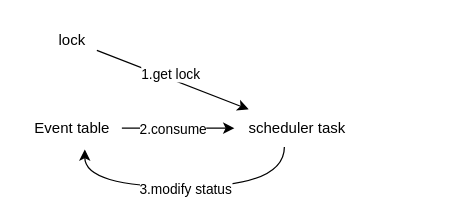
Above: page "第 1 页" (1 of 2) of static/images-src/分布式任务调度.drawio in qiref/qiref.github.io (draw.io), before the change. Source tidied: cells renumbered, new cells numbered last; positions are measured from the earlier drawing's top-left corner, leaving out a move shared by most shapes. Both pictures are drawn from the tidied source at 125%, with x=0, y=0 at pixel (21, 21).
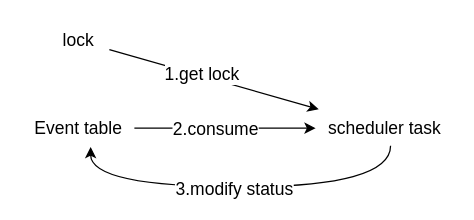
After the change.

Diff of the diagram source:
```diff
@@
 <mxGraphModel>
   <root>
     <mxCell id="0" />
     <mxCell id="1" parent="0" />
-    <mxCell id="2" style="edgeStyle=orthogonalEdgeStyle;rounded=0;jettySize=auto;html=1;" parent="1" edge="1" source="4" target="5">
+    <mxCell id="2" style="edgeStyle=orthogonalEdgeStyle;rounded=0;jettySize=auto;html=1;fontSize=14;" parent="1" edge="1" source="4" target="5">
       <mxGeometry relative="1" as="geometry" />
     </mxCell>
-    <mxCell id="3" value="2.consume" style="edgeLabel;html=1;align=center;verticalAlign=middle;" parent="2" vertex="1">
+    <mxCell id="3" value="2.consume" style="edgeLabel;html=1;align=center;verticalAlign=middle;fontSize=14;" parent="2" vertex="1">
       <mxGeometry x="-0.12" y="4" relative="1" as="geometry">
         <mxPoint y="4" as="offset" />
       </mxGeometry>
     </mxCell>
-    <mxCell id="4" value="Event table" style="text;html=1;align=center;verticalAlign=middle;points=[];strokeColor=none;fillColor=none;" parent="1" vertex="1">
-      <mxGeometry y="70" width="80" height="30" as="geometry" />
+    <mxCell id="4" value="Event table" style="text;html=1;align=center;verticalAlign=middle;points=[];strokeColor=none;fillColor=none;fontSize=14;" parent="1" vertex="1">
+      <mxGeometry y="70" width="90" height="30" as="geometry" />
     </mxCell>
-    <mxCell id="5" value="scheduler task" style="text;html=1;align=center;verticalAlign=middle;points=[];strokeColor=none;fillColor=none;" parent="1" vertex="1">
-      <mxGeometry x="170" y="70" width="100" height="30" as="geometry" />
+    <mxCell id="5" value="scheduler task" style="text;html=1;align=center;verticalAlign=middle;points=[];strokeColor=none;fillColor=none;fontSize=14;" parent="1" vertex="1">
+      <mxGeometry x="235" y="70" width="110" height="30" as="geometry" />
     </mxCell>
-    <mxCell id="6" style="rounded=0;jettySize=auto;html=1;" parent="1" edge="1" source="8" target="5">
+    <mxCell id="6" style="rounded=0;jettySize=auto;html=1;fontSize=14;" parent="1" edge="1" source="8" target="5">
       <mxGeometry relative="1" as="geometry" />
     </mxCell>
-    <mxCell id="7" value="1.get lock" style="edgeLabel;html=1;align=center;verticalAlign=middle;" parent="6" vertex="1">
+    <mxCell id="7" value="1.get lock" style="edgeLabel;html=1;align=center;verticalAlign=middle;fontSize=14;" parent="6" vertex="1">
       <mxGeometry x="-0.33" y="1" relative="1" as="geometry">
         <mxPoint x="17" y="4" as="offset" />
       </mxGeometry>
     </mxCell>
-    <mxCell id="8" value="lock" style="text;html=1;align=center;verticalAlign=middle;points=[];strokeColor=none;fillColor=none;" parent="1" vertex="1">
-      <mxGeometry x="20" width="40" height="30" as="geometry" />
+    <mxCell id="8" value="lock" style="text;html=1;align=center;verticalAlign=middle;points=[];strokeColor=none;fillColor=none;fontSize=14;" parent="1" vertex="1">
+      <mxGeometry x="20" width="50" height="30" as="geometry" />
     </mxCell>
-    <mxCell id="9" style="edgeStyle=orthogonalEdgeStyle;rounded=0;jettySize=auto;html=1;entryX=0.629;entryY=1.067;entryDx=0;entryDy=0;entryPerimeter=0;curved=1;" parent="1" edge="1" source="5" target="4">
+    <mxCell id="9" style="edgeStyle=orthogonalEdgeStyle;rounded=0;jettySize=auto;html=1;curved=1;fontSize=14;exitX=0.545;exitY=0.967;exitDx=0;exitDy=0;exitPerimeter=0;" parent="1" edge="1" source="5" target="4">
       <mxGeometry relative="1" as="geometry">
         <Array as="points">
-          <mxPoint x="210" y="132" />
-          <mxPoint x="50" y="132" />
+          <mxPoint x="295" y="132" />
+          <mxPoint x="55" y="132" />
         </Array>
       </mxGeometry>
     </mxCell>
-    <mxCell id="10" value="3.modify status" style="edgeLabel;html=1;align=center;verticalAlign=middle;" parent="9" vertex="1">
+    <mxCell id="10" value="3.modify status" style="edgeLabel;html=1;align=center;verticalAlign=middle;fontSize=14;" parent="9" vertex="1">
       <mxGeometry x="0.11" y="1" relative="1" as="geometry">
         <mxPoint x="11" as="offset" />
       </mxGeometry>
     </mxCell>
   </root>
 </mxGraphModel>
```
